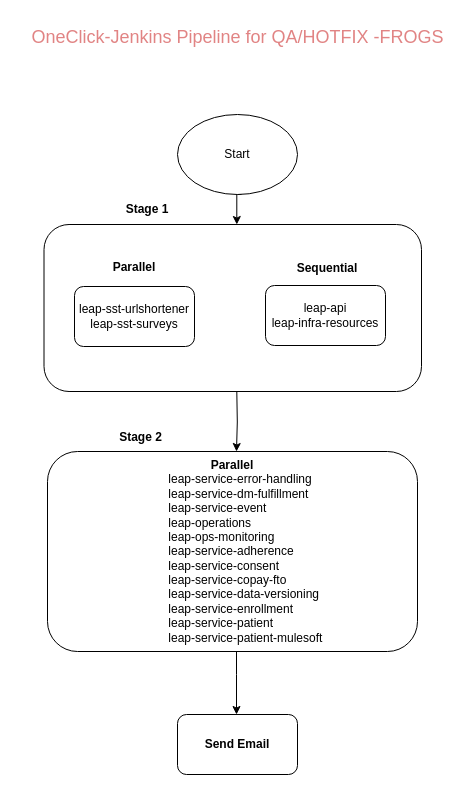
This is Untitled Diagram.drawio from Sujin451/jenkins, a draw.io file, before an edit. Source tidied: cells renumbered, new cells numbered last; positions are measured from the earlier drawing's top-left corner, leaving out a move shared by most shapes. Both pictures are drawn from the tidied source at 100%, with x=0, y=0 at pixel (17, 17).
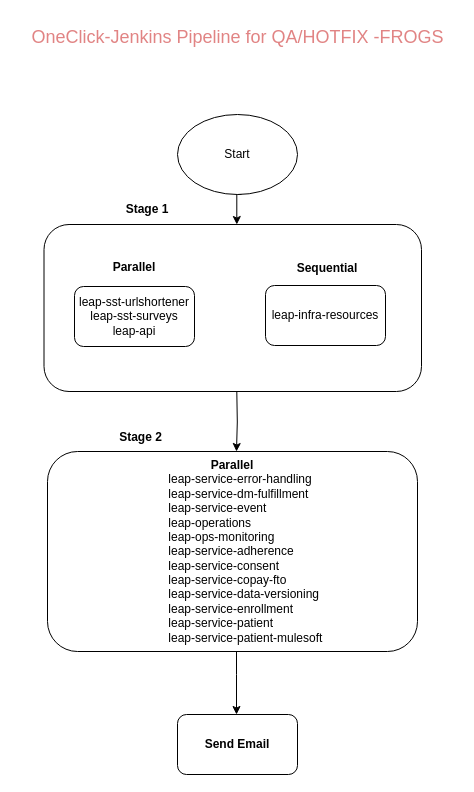
After the change.

What changed in the source:
```diff
@@
-    <mxCell id="9" value="leap-api&lt;div&gt;leap-infra-resources&lt;/div&gt;" style="rounded=1;whiteSpace=wrap;html=1;" parent="1" vertex="1">
+    <mxCell id="9" value="&lt;div&gt;leap-infra-resources&lt;/div&gt;" style="rounded=1;whiteSpace=wrap;html=1;align=center;" parent="1" vertex="1">
       <mxGeometry x="248" y="268" width="120" height="60" as="geometry" />
     </mxCell>
-    <mxCell id="10" value="&lt;span style=&quot;background-color: initial;&quot;&gt;leap-sst-urlshortener&lt;/span&gt;&lt;br&gt;&lt;span style=&quot;background-color: initial;&quot;&gt;leap-sst-surveys&lt;/span&gt;" style="rounded=1;whiteSpace=wrap;html=1;" parent="1" vertex="1">
+    <mxCell id="10" value="&lt;span style=&quot;background-color: initial;&quot;&gt;leap-sst-urlshortener&lt;/span&gt;&lt;br&gt;&lt;span style=&quot;background-color: initial;&quot;&gt;leap-sst-surveys&lt;/span&gt;&lt;div&gt;leap-api&lt;span style=&quot;background-color: initial;&quot;&gt;&lt;/span&gt;&lt;/div&gt;" style="rounded=1;whiteSpace=wrap;html=1;" parent="1" vertex="1">
       <mxGeometry x="57" y="269" width="120" height="60" as="geometry" />
     </mxCell>
```
